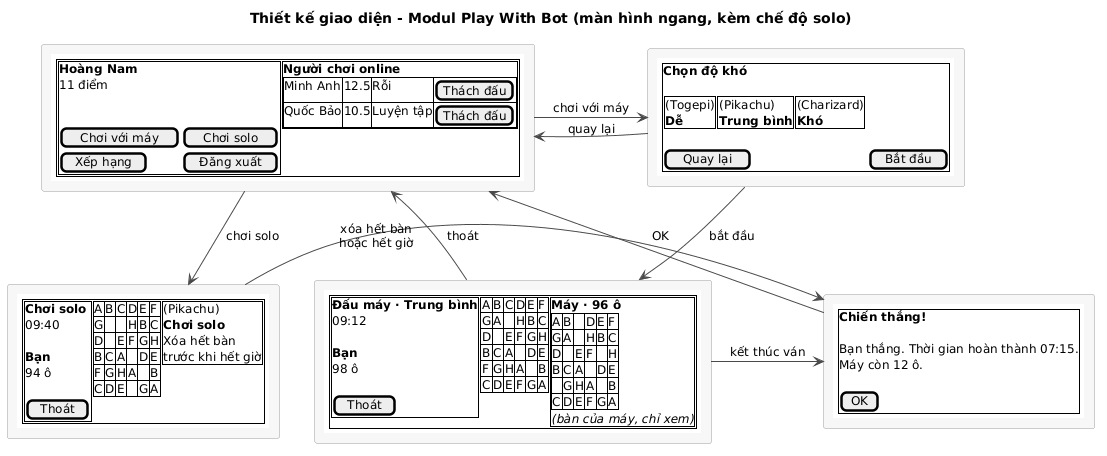
Before: docs/uml/pha3/ui-m2.png, a diagram exported from PlantUML (VattenL/mobile-pikachu).
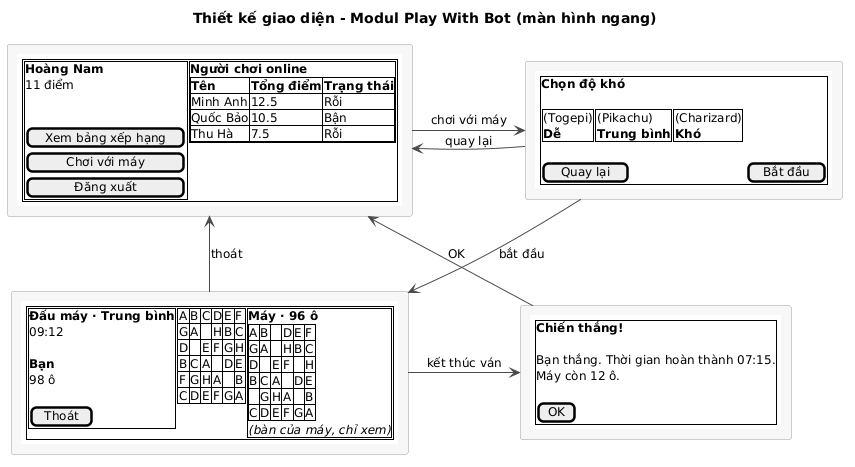
The same diagram one commit later.

Diff of the diagram source:
```diff
@@ -1,5 +1,5 @@
 @startuml
-title Thiết kế giao diện - Modul Play With Bot (màn hình ngang, kèm chế độ solo)
+title Thiết kế giao diện - Modul Play With Bot (màn hình ngang)
 
 skinparam shadowing false
 skinparam defaultFontSize 12
@@ -17,13 +17,16 @@
       11 điểm
       .
       .
-      [ Chơi với máy ] | [ Chơi solo ]
-      [ Xếp hạng ] | [ Đăng xuất ]
+      [ Xem bảng xếp hạng ]
+      [   Chơi với máy    ]
+      [     Đăng xuất     ]
     } | {+
       <b>Người chơi online
       {#
-        Minh Anh | 12.5 | Rỗi | [Thách đấu]
-        Quốc Bảo | 10.5 | Luyện tập | [Thách đấu]
+        <b>Tên | <b>Tổng điểm | <b>Trạng thái
+        Minh Anh | 12.5 | Rỗi
+        Quốc Bảo | 10.5 | Bận
+        Thu Hà | 7.5 | Rỗi
       }
     } }
 }
@@ -79,34 +82,6 @@
 }}
 ]
 
-rectangle Solo [
-{{salt
-{+
-  { {+
-      <b>Chơi solo
-      09:40
-      .
-      <b>Bạn
-      94 ô
-      .
-      [ Thoát ]
-    } | {#
-      A | B | C | D | E | F
-      G | . | . | H | B | C
-      D | . | E | F | G | H
-      B | C | A | . | D | E
-      F | G | H | A | . | B
-      C | D | E | . | G | A
-    } | {+
-      (Pikachu)
-      <b>Chơi solo
-      Xóa hết bàn
-      trước khi hết giờ
-    } }
-}
-}}
-]
-
 rectangle Result [
 {{salt
 {+
@@ -123,9 +98,7 @@
 Main -right-> Difficulty : chơi với máy
 Difficulty -left-> Main : quay lại
 Difficulty -down-> Game : bắt đầu
-Main -down-> Solo : chơi solo
 Game -right-> Result : kết thúc ván
-Solo -right-> Result : xóa hết bàn\nhoặc hết giờ
 Game -up-> Main : thoát
 Result -up-> Main : OK
 @enduml
```
